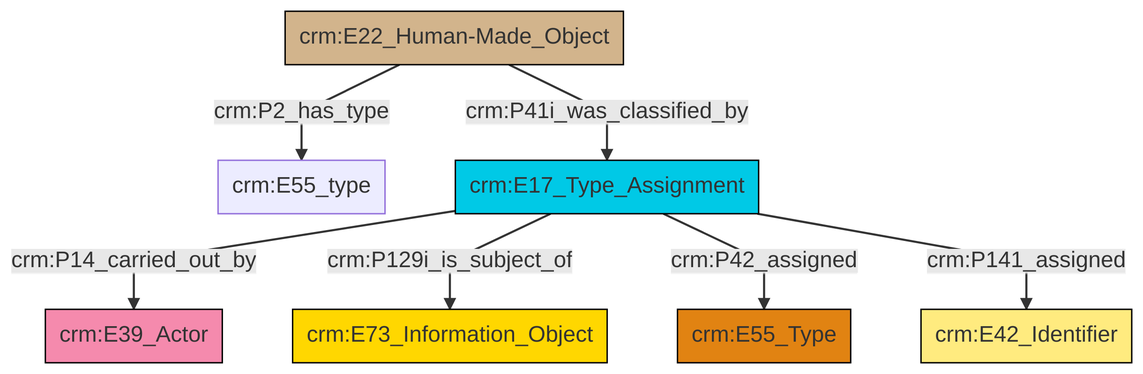
The Mermaid diagram et/builtWorkCSV/ttl/mmd/png/Built_Work_designation_status.png in swiss-art-research-net/reference-data-models, before a commit. Its source is kept beside it as et/builtWorkCSV/ttl/mmd/Built_Work_designation_status.ttl.mmd.
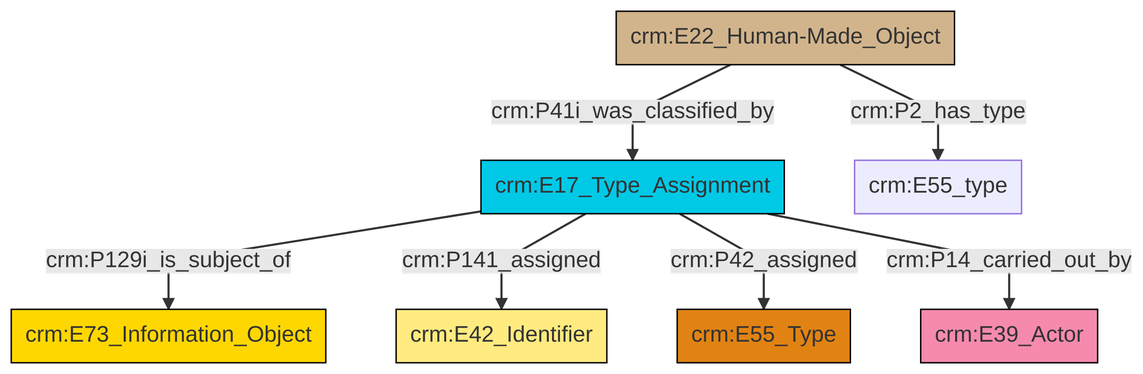
The same file after the commit.

The edit, as a diff of the source:
```diff
@@ -13,9 +13,9 @@
 classDef PC_Classes fill:#4ce600, stroke:#000000;
 classDef Multi fill:#cccccc,stroke:#000000;
 
-2["crm:E22_Human-Made_Object"]:::Physical_Thing -->|crm:P2_has_type| 8["crm:E55_type"]:::Default
-2["crm:E22_Human-Made_Object"]:::Physical_Thing -->|crm:P41i_was_classified_by| 9["crm:E17_Type_Assignment"]:::Temporal_Entity
-9["crm:E17_Type_Assignment"]:::Temporal_Entity -->|crm:P14_carried_out_by| 6["crm:E39_Actor"]:::Actor
-9["crm:E17_Type_Assignment"]:::Temporal_Entity -->|crm:P129i_is_subject_of| 0["crm:E73_Information_Object"]:::Conceptual_Object
-9["crm:E17_Type_Assignment"]:::Temporal_Entity -->|crm:P42_assigned| 12["crm:E55_Type"]:::Type
-9["crm:E17_Type_Assignment"]:::Temporal_Entity -->|crm:P141_assigned| 4["crm:E42_Identifier"]:::Appellation
+0["crm:E17_Type_Assignment"]:::Temporal_Entity -->|crm:P129i_is_subject_of| 1["crm:E73_Information_Object"]:::Conceptual_Object
+0["crm:E17_Type_Assignment"]:::Temporal_Entity -->|crm:P141_assigned| 2["crm:E42_Identifier"]:::Appellation
+0["crm:E17_Type_Assignment"]:::Temporal_Entity -->|crm:P42_assigned| 4["crm:E55_Type"]:::Type
+7["crm:E22_Human-Made_Object"]:::Physical_Thing -->|crm:P41i_was_classified_by| 0["crm:E17_Type_Assignment"]:::Temporal_Entity
+0["crm:E17_Type_Assignment"]:::Temporal_Entity -->|crm:P14_carried_out_by| 11["crm:E39_Actor"]:::Actor
+7["crm:E22_Human-Made_Object"]:::Physical_Thing -->|crm:P2_has_type| 9["crm:E55_type"]:::Default
```
